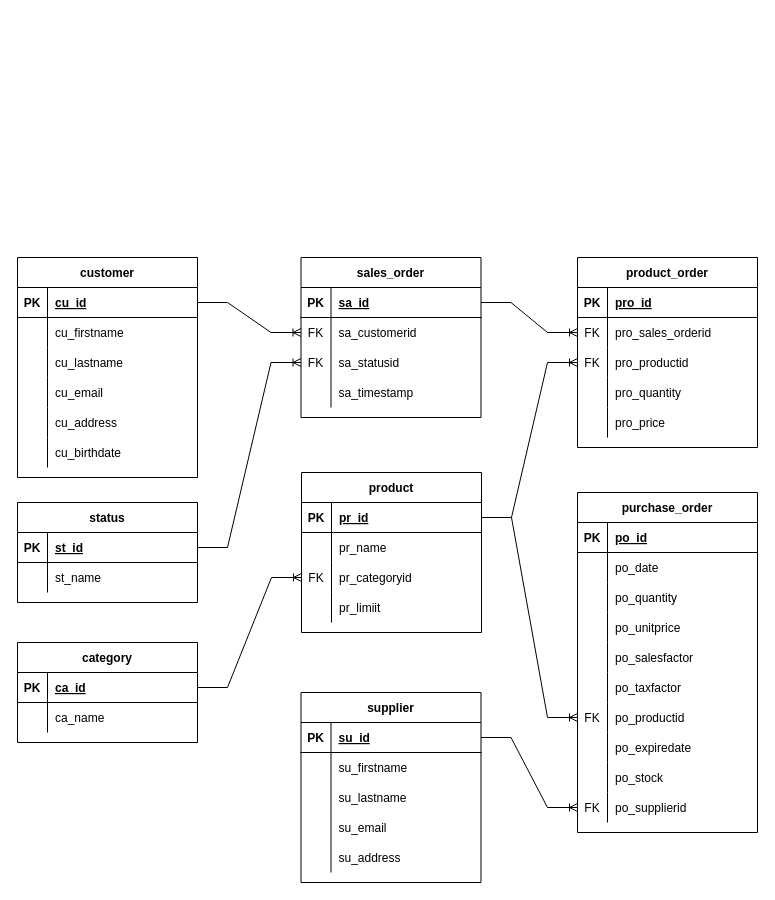
Earlier version of the draw.io diagram hamburger_db_inventaris.drawio (effevee/data_sql_python_frankv). Source tidied: cells renumbered, new cells numbered last; positions are measured from the earlier drawing's top-left corner, leaving out a move shared by most shapes. Both pictures are drawn from the tidied source at 100%, with x=0, y=0 at pixel (17, 257).
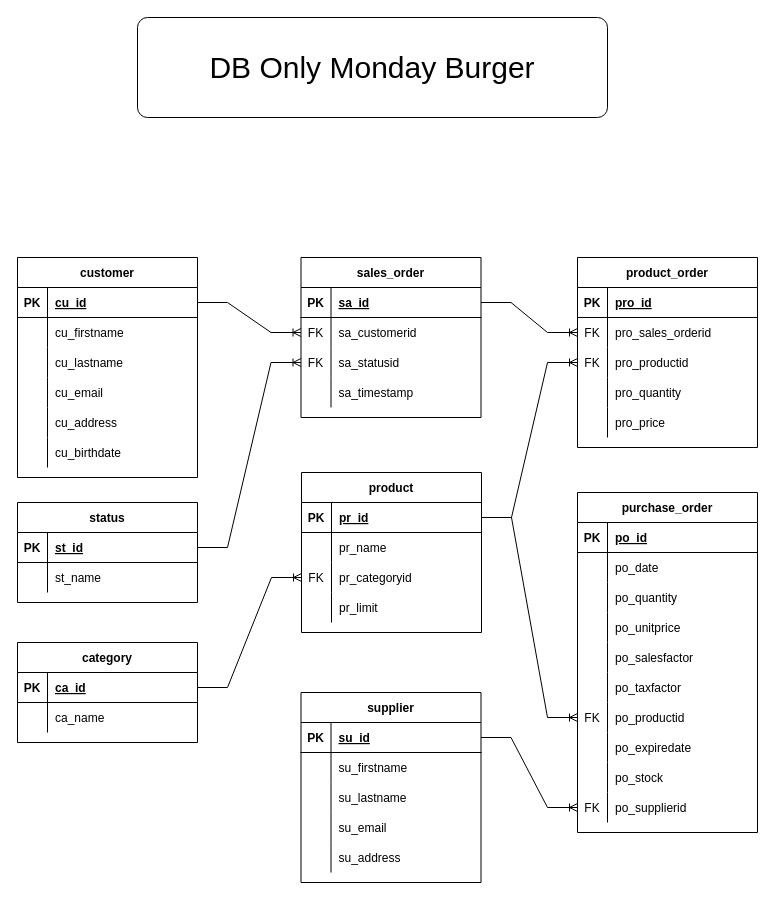
After the change.

Unchanged cells that the change refers to:
```xml
<mxCell id="44" style="shape=tableRow;horizontal=0;startSize=0;swimlaneHead=0;swimlaneBody=0;fillColor=none;top=0;left=0;right=0;bottom=0;" parent="34" vertex="1">
  <mxGeometry y="120" width="180" height="30" as="geometry" />
</mxCell>
```

The edit, as a diff of the source:
```diff
@@
-    <mxCell id="46" value="pr_limiit" style="shape=partialRectangle;fillColor=none;top=0;left=0;bottom=0;right=0;align=left;spacingLeft=6;overflow=hidden;" parent="44" vertex="1">
+    <mxCell id="46" value="pr_limit" style="shape=partialRectangle;fillColor=none;top=0;left=0;bottom=0;right=0;align=left;spacingLeft=6;overflow=hidden;" parent="44" vertex="1">
       <mxGeometry x="30" width="150" height="30" as="geometry" />
     </mxCell>
@@
+    <mxCell id="131" value="&lt;font style=&quot;font-size: 30px;&quot;&gt;DB Only Monday Burger&lt;/font&gt;" style="rounded=1;arcSize=10;whiteSpace=wrap;html=1;align=center;" parent="1" vertex="1">
+      <mxGeometry x="120" y="-240" width="470" height="100" as="geometry" />
+    </mxCell>
```
